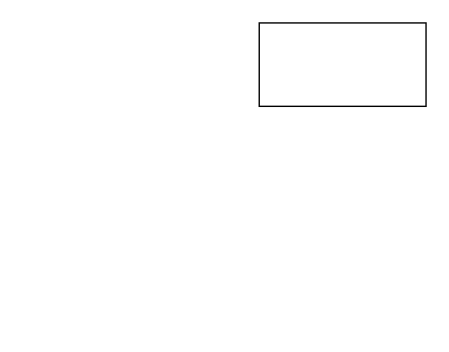
Above: zdpt/test.drawio in zhuangmw/visio (draw.io), before the change. Source tidied: cells renumbered, new cells numbered last; positions are measured from the earlier drawing's top-left corner, leaving out a move shared by most shapes. Both pictures are drawn from the tidied source at 139%, with x=0, y=0 at pixel (259, 22).
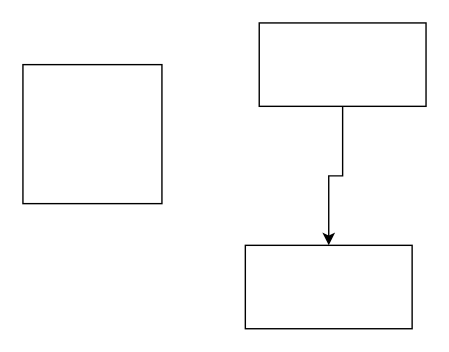
The same page after the edit.

Diff of the diagram source:
```diff
@@
 <mxGraphModel>
   <root>
     <mxCell id="0" />
     <mxCell id="1" parent="0" />
+    <mxCell id="3" style="edgeStyle=orthogonalEdgeStyle;rounded=0;jettySize=auto;html=1;exitX=0.5;exitY=1;exitDx=0;exitDy=0;entryX=0.5;entryY=0;entryDx=0;entryDy=0;" parent="1" edge="1" source="2" target="4">
+      <mxGeometry relative="1" as="geometry" />
+    </mxCell>
     <mxCell id="2" style="rounded=0;whiteSpace=wrap;html=1;" parent="1" vertex="1">
       <mxGeometry width="120" height="60" as="geometry" />
     </mxCell>
+    <mxCell id="4" style="rounded=0;whiteSpace=wrap;html=1;" parent="1" vertex="1">
+      <mxGeometry x="-10" y="160" width="120" height="60" as="geometry" />
+    </mxCell>
+    <mxCell id="5" style="whiteSpace=wrap;html=1;" parent="1" vertex="1">
+      <mxGeometry x="-170" y="30" width="100" height="100" as="geometry" />
+    </mxCell>
   </root>
 </mxGraphModel>
```
